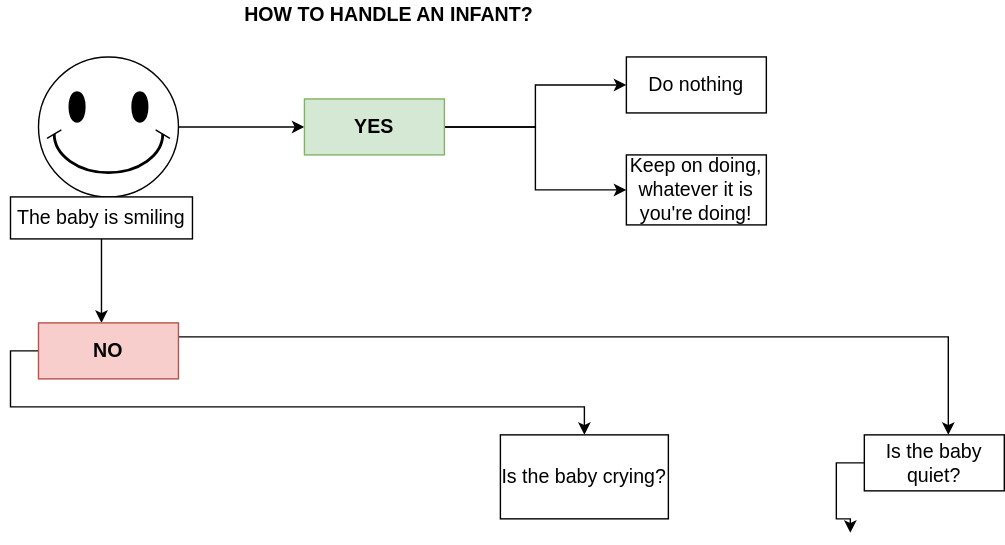
Above: KT2-148.svg in KomunikacjaTechnicznaVistula/Anna-Bureta (draw.io), before the change. Source tidied: cells renumbered, new cells last; positions are measured from the earlier drawing's top-left corner, leaving out a move shared by most shapes. The source it was exported from:
```xml
<mxGraphModel>
  <root>
    <mxCell id="0" />
    <mxCell id="1" parent="0" />
    <mxCell id="2" value="&lt;b&gt;&lt;font style=&quot;font-size: 14px&quot;&gt;HOW TO HANDLE AN INFANT?&lt;/font&gt;&lt;/b&gt;" style="text;html=1;align=center;verticalAlign=middle;strokeColor=none;fillColor=none;" parent="1" vertex="1">
      <mxGeometry x="160" width="220" height="20" as="geometry" />
    </mxCell>
    <mxCell id="3" style="edgeStyle=orthogonalEdgeStyle;rounded=0;jettySize=auto;html=1;entryX=0;entryY=0.5;entryDx=0;entryDy=0;fontSize=14;" parent="1" edge="1" source="4" target="12">
      <mxGeometry relative="1" as="geometry" />
    </mxCell>
    <mxCell id="4" style="verticalLabelPosition=bottom;verticalAlign=top;html=1;shape=mxgraph.basic.smiley;fontSize=14;" parent="1" vertex="1">
      <mxGeometry x="20" y="40" width="100" height="100" as="geometry" />
    </mxCell>
    <mxCell id="5" style="edgeStyle=orthogonalEdgeStyle;rounded=0;jettySize=auto;html=1;fontSize=14;" parent="1" edge="1" source="6">
      <mxGeometry relative="1" as="geometry">
        <mxPoint x="65" y="230" as="targetPoint" />
      </mxGeometry>
    </mxCell>
    <mxCell id="6" value="The baby is smiling" style="whiteSpace=wrap;html=1;fontSize=14;" parent="1" vertex="1">
      <mxGeometry y="140" width="130" height="30" as="geometry" />
    </mxCell>
    <mxCell id="7" style="edgeStyle=orthogonalEdgeStyle;rounded=0;jettySize=auto;html=1;fontSize=14;exitX=0;exitY=0.5;exitDx=0;exitDy=0;" parent="1" edge="1" source="15" target="13">
      <mxGeometry relative="1" as="geometry" />
    </mxCell>
    <mxCell id="8" value="Do nothing" style="whiteSpace=wrap;html=1;align=center;fontSize=14;" parent="1" vertex="1">
      <mxGeometry x="440" y="40" width="100" height="40" as="geometry" />
    </mxCell>
    <mxCell id="9" value="Keep on doing, whatever it is you're doing!" style="whiteSpace=wrap;html=1;align=center;fontSize=14;" parent="1" vertex="1">
      <mxGeometry x="440" y="110" width="100" height="50" as="geometry" />
    </mxCell>
    <mxCell id="10" style="edgeStyle=orthogonalEdgeStyle;rounded=0;jettySize=auto;html=1;entryX=0;entryY=0.5;entryDx=0;entryDy=0;fontSize=14;" parent="1" edge="1" source="12" target="8">
      <mxGeometry relative="1" as="geometry" />
    </mxCell>
    <mxCell id="11" style="edgeStyle=orthogonalEdgeStyle;rounded=0;jettySize=auto;html=1;fontSize=14;" parent="1" edge="1" source="12" target="9">
      <mxGeometry relative="1" as="geometry" />
    </mxCell>
    <mxCell id="12" value="&lt;b&gt;YES&lt;/b&gt;" style="whiteSpace=wrap;html=1;align=center;fontSize=14;fillColor=#d5e8d4;strokeColor=#82b366;" parent="1" vertex="1">
      <mxGeometry x="210" y="70" width="100" height="40" as="geometry" />
    </mxCell>
    <mxCell id="13" value="Is the baby crying?" style="whiteSpace=wrap;html=1;fontSize=14;" parent="1" vertex="1">
      <mxGeometry x="350" y="310" width="120" height="60" as="geometry" />
    </mxCell>
    <mxCell id="14" style="edgeStyle=orthogonalEdgeStyle;rounded=0;jettySize=auto;html=1;fontSize=14;" parent="1" edge="1" source="15" target="17">
      <mxGeometry relative="1" as="geometry">
        <Array as="points">
          <mxPoint x="670" y="240" />
        </Array>
      </mxGeometry>
    </mxCell>
    <mxCell id="15" value="&lt;b&gt;NO&lt;/b&gt;" style="whiteSpace=wrap;html=1;align=center;fontSize=14;fillColor=#f8cecc;strokeColor=#b85450;" parent="1" vertex="1">
      <mxGeometry x="20" y="230" width="100" height="40" as="geometry" />
    </mxCell>
    <mxCell id="16" style="edgeStyle=orthogonalEdgeStyle;rounded=0;jettySize=auto;html=1;fontSize=14;" parent="1" edge="1" source="17">
      <mxGeometry relative="1" as="geometry">
        <mxPoint x="600" y="380" as="targetPoint" />
      </mxGeometry>
    </mxCell>
    <mxCell id="17" value="Is the baby quiet?" style="whiteSpace=wrap;html=1;align=center;fontSize=14;" parent="1" vertex="1">
      <mxGeometry x="610" y="310" width="100" height="40" as="geometry" />
    </mxCell>
  </root>
</mxGraphModel>
```
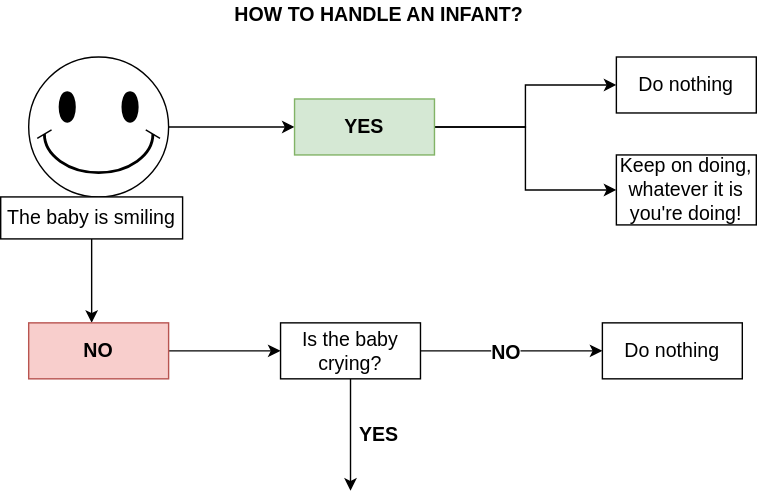
After the change.

Change to the diagram source:
```diff
@@ -19,9 +19,6 @@
     <mxCell id="6" value="The baby is smiling" style="whiteSpace=wrap;html=1;fontSize=14;" parent="1" vertex="1">
       <mxGeometry y="140" width="130" height="30" as="geometry" />
     </mxCell>
-    <mxCell id="7" style="edgeStyle=orthogonalEdgeStyle;rounded=0;jettySize=auto;html=1;fontSize=14;exitX=0;exitY=0.5;exitDx=0;exitDy=0;" parent="1" edge="1" source="15" target="13">
-      <mxGeometry relative="1" as="geometry" />
-    </mxCell>
     <mxCell id="8" value="Do nothing" style="whiteSpace=wrap;html=1;align=center;fontSize=14;" parent="1" vertex="1">
       <mxGeometry x="440" y="40" width="100" height="40" as="geometry" />
     </mxCell>
@@ -37,26 +34,33 @@
     <mxCell id="12" value="&lt;b&gt;YES&lt;/b&gt;" style="whiteSpace=wrap;html=1;align=center;fontSize=14;fillColor=#d5e8d4;strokeColor=#82b366;" parent="1" vertex="1">
       <mxGeometry x="210" y="70" width="100" height="40" as="geometry" />
     </mxCell>
-    <mxCell id="13" value="Is the baby crying?" style="whiteSpace=wrap;html=1;fontSize=14;" parent="1" vertex="1">
-      <mxGeometry x="350" y="310" width="120" height="60" as="geometry" />
-    </mxCell>
-    <mxCell id="14" style="edgeStyle=orthogonalEdgeStyle;rounded=0;jettySize=auto;html=1;fontSize=14;" parent="1" edge="1" source="15" target="17">
-      <mxGeometry relative="1" as="geometry">
-        <Array as="points">
-          <mxPoint x="670" y="240" />
-        </Array>
-      </mxGeometry>
+    <mxCell id="14" style="edgeStyle=orthogonalEdgeStyle;rounded=0;jettySize=auto;html=1;entryX=0;entryY=0.5;entryDx=0;entryDy=0;fontSize=14;" parent="1" edge="1" source="15" target="17">
+      <mxGeometry relative="1" as="geometry" />
     </mxCell>
     <mxCell id="15" value="&lt;b&gt;NO&lt;/b&gt;" style="whiteSpace=wrap;html=1;align=center;fontSize=14;fillColor=#f8cecc;strokeColor=#b85450;" parent="1" vertex="1">
       <mxGeometry x="20" y="230" width="100" height="40" as="geometry" />
     </mxCell>
-    <mxCell id="16" style="edgeStyle=orthogonalEdgeStyle;rounded=0;jettySize=auto;html=1;fontSize=14;" parent="1" edge="1" source="17">
-      <mxGeometry relative="1" as="geometry">
-        <mxPoint x="600" y="380" as="targetPoint" />
-      </mxGeometry>
-    </mxCell>
+    <mxCell id="18" style="edgeStyle=orthogonalEdgeStyle;rounded=0;jettySize=auto;html=1;entryX=0;entryY=0.5;entryDx=0;entryDy=0;fontSize=14;" parent="1" edge="1" source="17" target="21">
+      <mxGeometry relative="1" as="geometry" />
+    </mxCell>
+    <mxCell id="19" value="NO" style="edgeLabel;html=1;align=center;verticalAlign=middle;fontSize=14;fontStyle=1;" parent="18" vertex="1">
+      <mxGeometry x="-0.22" y="-3" relative="1" as="geometry">
+        <mxPoint x="9" y="-3" as="offset" />
+      </mxGeometry>
+    </mxCell>
+    <mxCell id="20" style="edgeStyle=orthogonalEdgeStyle;rounded=0;jettySize=auto;html=1;fontSize=14;" parent="1" edge="1" source="17">
+      <mxGeometry relative="1" as="geometry">
+        <mxPoint x="250" y="350" as="targetPoint" />
+      </mxGeometry>
+    </mxCell>
-    <mxCell id="17" value="Is the baby quiet?" style="whiteSpace=wrap;html=1;align=center;fontSize=14;" parent="1" vertex="1">
-      <mxGeometry x="610" y="310" width="100" height="40" as="geometry" />
+    <mxCell id="17" value="Is the baby crying?" style="whiteSpace=wrap;html=1;align=center;fontSize=14;" parent="1" vertex="1">
+      <mxGeometry x="200" y="230" width="100" height="40" as="geometry" />
     </mxCell>
+    <mxCell id="21" value="Do nothing" style="whiteSpace=wrap;html=1;align=center;fontSize=14;" parent="1" vertex="1">
+      <mxGeometry x="430" y="230" width="100" height="40" as="geometry" />
+    </mxCell>
+    <mxCell id="22" value="&lt;b&gt;YES&lt;/b&gt;" style="text;html=1;align=center;verticalAlign=middle;strokeColor=none;fillColor=none;fontSize=14;" parent="1" vertex="1">
+      <mxGeometry x="250" y="300" width="40" height="20" as="geometry" />
+    </mxCell>
   </root>
 </mxGraphModel>
```
